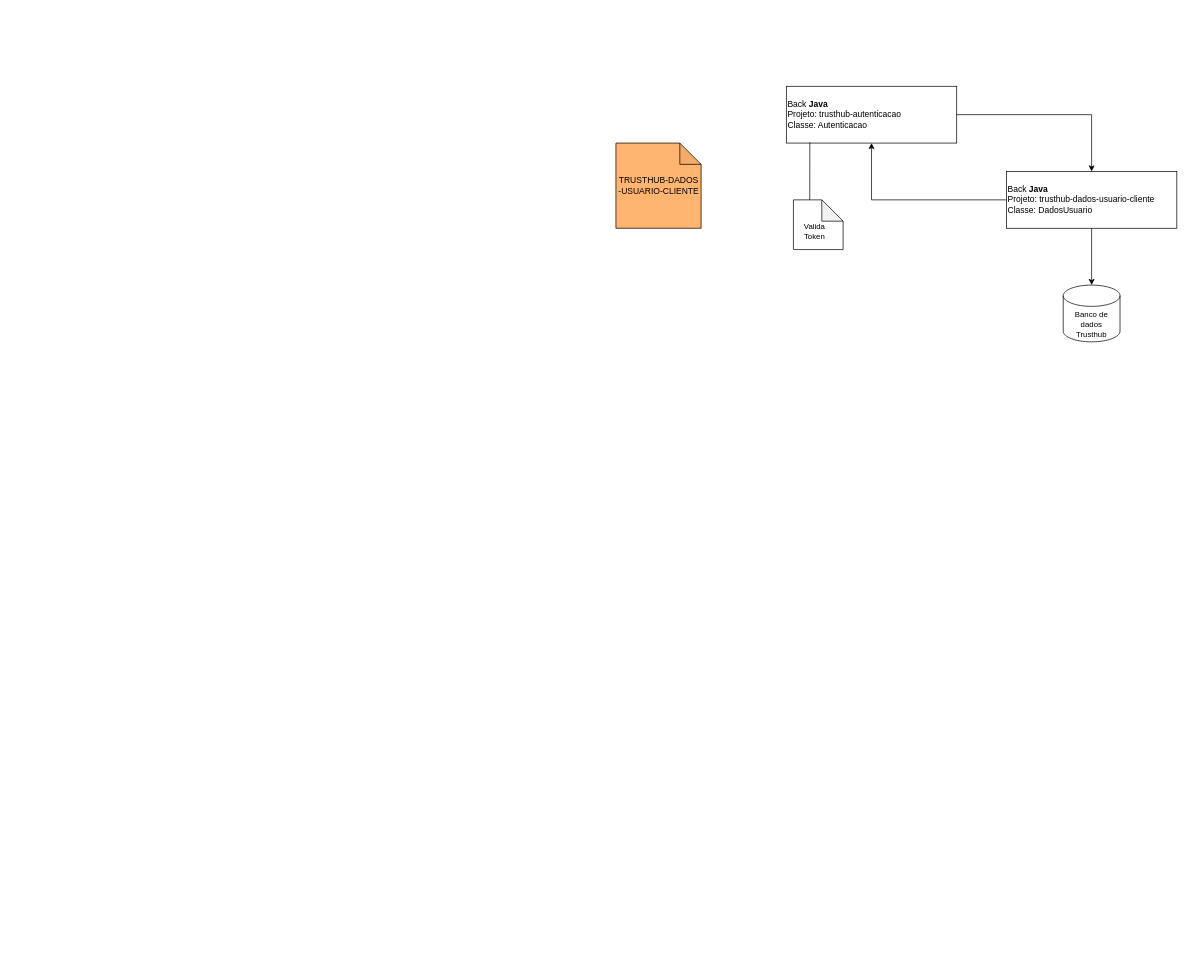
This is cruz-vita-baralho/Diagrama sem nome.drawio from Leeflorencio/cruzvita-projetos, a draw.io file, before an edit. Source tidied: cells renumbered, new cells numbered last; positions are measured from the earlier drawing's top-left corner, leaving out a move shared by most shapes. Both pictures are drawn from the tidied source at 71%, with x=0, y=0 at pixel (608, 86).
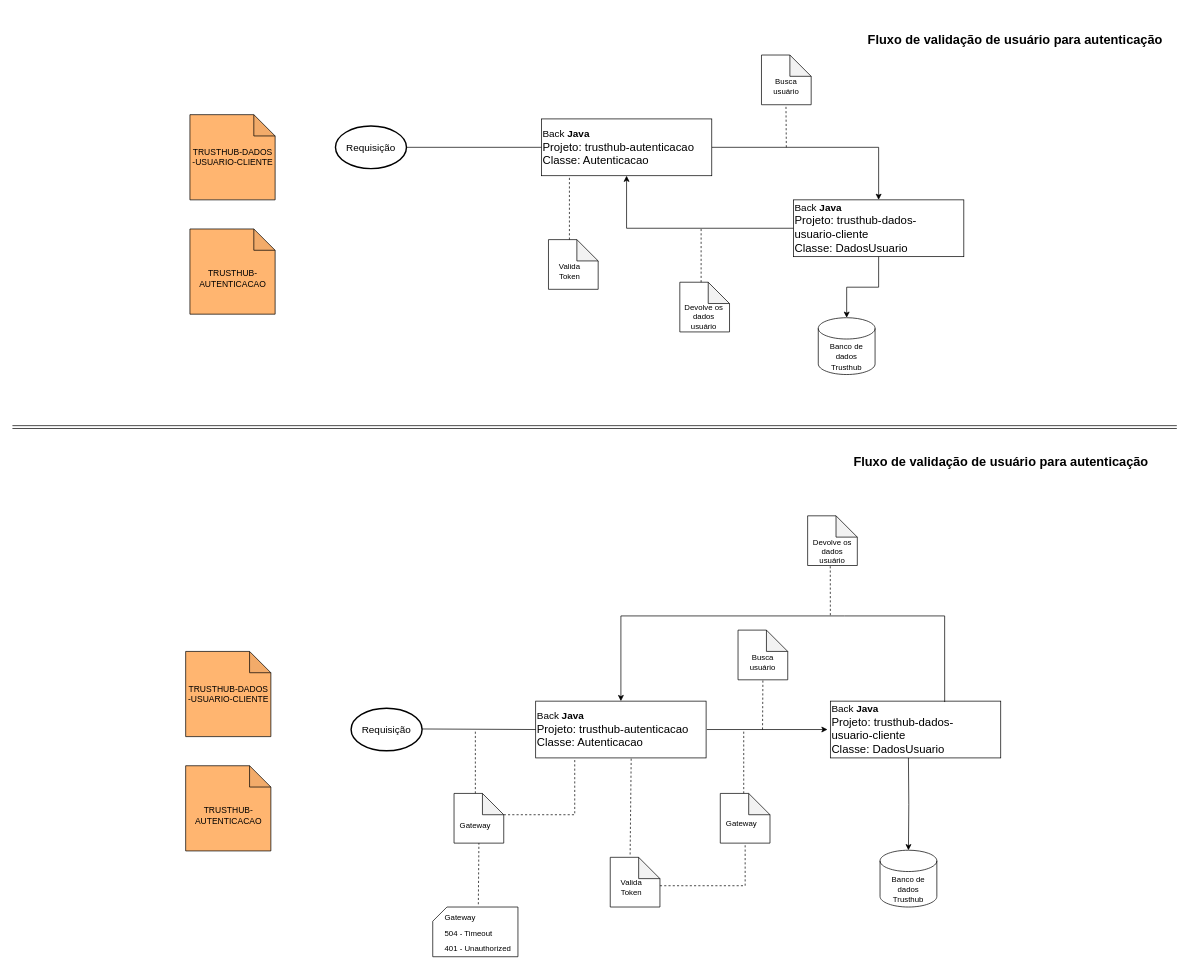
The same page after the edit.

Diff of the diagram source:
```diff
@@
     <mxCell id="2" style="shape=note;whiteSpace=wrap;html=1;backgroundOutline=1;darkOpacity=0.05;fillColor=#FFB570;" parent="1" vertex="1">
-      <mxGeometry x="10" y="80" width="120" height="120" as="geometry" />
+      <mxGeometry x="-590" y="40" width="120" height="120" as="geometry" />
     </mxCell>
     <mxCell id="3" value="TRUSTHUB-DADOS&lt;br&gt;-USUARIO-CLIENTE" style="text;html=1;align=center;verticalAlign=middle;fillColor=none;strokeColor=none;rounded=0;" parent="1" vertex="1">
-      <mxGeometry y="120" width="140" height="40" as="geometry" />
+      <mxGeometry x="-600" y="80" width="140" height="40" as="geometry" />
     </mxCell>
@@
     <mxCell id="5" style="rounded=0;whiteSpace=wrap;html=1;fillColor=#FFFFFF;" parent="1" vertex="1">
-      <mxGeometry x="250" width="240" height="80" as="geometry" />
+      <mxGeometry x="-95" y="46" width="240" height="80" as="geometry" />
     </mxCell>
-    <mxCell id="6" value="&lt;div style=&quot;&quot;&gt;&lt;span style=&quot;background-color: initial;&quot;&gt;Back &lt;b&gt;Java&lt;/b&gt;&lt;/span&gt;&lt;/div&gt;&lt;div style=&quot;&quot;&gt;&lt;span style=&quot;background-color: initial;&quot;&gt;Projeto: trusthub-autenticacao&lt;/span&gt;&lt;/div&gt;&lt;div style=&quot;&quot;&gt;&lt;span style=&quot;background-color: initial;&quot;&gt;Classe: Autenticacao&lt;/span&gt;&lt;/div&gt;" style="text;html=1;strokeColor=none;fillColor=none;align=left;verticalAlign=middle;whiteSpace=wrap;rounded=0;" parent="1" vertex="1">
-      <mxGeometry x="250" y="10" width="218" height="60" as="geometry" />
+    <mxCell id="6" value="&lt;div style=&quot;&quot;&gt;&lt;span style=&quot;background-color: initial;&quot;&gt;&lt;font style=&quot;font-size: 14px;&quot;&gt;Back &lt;b&gt;Java&lt;/b&gt;&lt;/font&gt;&lt;/span&gt;&lt;/div&gt;&lt;div style=&quot;&quot;&gt;&lt;span style=&quot;background-color: initial;&quot;&gt;&lt;font size=&quot;3&quot;&gt;Projeto: trusthub-autenticacao&lt;/font&gt;&lt;/span&gt;&lt;/div&gt;&lt;div style=&quot;&quot;&gt;&lt;span style=&quot;background-color: initial;&quot;&gt;&lt;font size=&quot;3&quot;&gt;Classe: Autenticacao&lt;/font&gt;&lt;/span&gt;&lt;/div&gt;" style="text;html=1;strokeColor=none;fillColor=none;align=left;verticalAlign=middle;whiteSpace=wrap;rounded=0;" parent="1" vertex="1">
+      <mxGeometry x="-95" y="56" width="218" height="60" as="geometry" />
     </mxCell>
     <mxCell id="7" style="shape=cylinder3;whiteSpace=wrap;html=1;boundedLbl=1;backgroundOutline=1;size=15;fillColor=#FFFFFF;" parent="1" vertex="1">
-      <mxGeometry x="640" y="280" width="80" height="80" as="geometry" />
+      <mxGeometry x="295" y="326" width="80" height="80" as="geometry" />
     </mxCell>
     <mxCell id="8" value="&lt;font style=&quot;font-size: 11px;&quot;&gt;Banco de dados&lt;br&gt;Trusthub&lt;/font&gt;" style="text;html=1;strokeColor=none;fillColor=none;align=center;verticalAlign=middle;whiteSpace=wrap;rounded=0;" parent="1" vertex="1">
-      <mxGeometry x="645" y="310" width="70" height="50" as="geometry" />
+      <mxGeometry x="300" y="356" width="70" height="50" as="geometry" />
     </mxCell>
     <mxCell id="9" style="group;" parent="1" vertex="1">
-      <mxGeometry x="560" y="120" width="240" height="80" as="geometry" />
+      <mxGeometry x="260" y="160" width="240" height="80" as="geometry" />
     </mxCell>
@@
-    <mxCell id="11" value="&lt;div style=&quot;&quot;&gt;&lt;span style=&quot;background-color: initial;&quot;&gt;Back &lt;b&gt;Java&lt;/b&gt;&lt;/span&gt;&lt;/div&gt;&lt;div style=&quot;&quot;&gt;&lt;span style=&quot;background-color: initial;&quot;&gt;Projeto: trusthub-dados-usuario-cliente&lt;/span&gt;&lt;/div&gt;&lt;div style=&quot;&quot;&gt;&lt;span style=&quot;background-color: initial;&quot;&gt;Classe: DadosUsuario&lt;/span&gt;&lt;/div&gt;" style="text;html=1;strokeColor=none;fillColor=none;align=left;verticalAlign=middle;whiteSpace=wrap;rounded=0;" parent="9" vertex="1">
-      <mxGeometry y="10" width="218" height="60" as="geometry" />
+    <mxCell id="11" value="&lt;div style=&quot;&quot;&gt;&lt;span style=&quot;background-color: initial;&quot;&gt;&lt;font style=&quot;font-size: 14px;&quot;&gt;Back &lt;b&gt;Java&lt;/b&gt;&lt;/font&gt;&lt;/span&gt;&lt;/div&gt;&lt;div style=&quot;&quot;&gt;&lt;span style=&quot;background-color: initial;&quot;&gt;&lt;font size=&quot;3&quot;&gt;Projeto: trusthub-dados-usuario-cliente&lt;/font&gt;&lt;/span&gt;&lt;/div&gt;&lt;div style=&quot;&quot;&gt;&lt;span style=&quot;background-color: initial;&quot;&gt;&lt;font size=&quot;3&quot;&gt;Classe: DadosUsuario&lt;/font&gt;&lt;/span&gt;&lt;/div&gt;" style="text;html=1;strokeColor=none;fillColor=none;align=left;verticalAlign=middle;whiteSpace=wrap;rounded=0;" parent="9" vertex="1">
+      <mxGeometry y="10" width="230" height="60" as="geometry" />
     </mxCell>
@@
     <mxCell id="14" style="shape=note;whiteSpace=wrap;html=1;backgroundOutline=1;darkOpacity=0.05;fontSize=11;fillColor=#FFFFFF;" parent="1" vertex="1">
-      <mxGeometry x="260" y="160" width="70" height="70" as="geometry" />
+      <mxGeometry x="-85" y="216" width="70" height="70" as="geometry" />
     </mxCell>
     <mxCell id="15" value="Valida Token" style="text;html=1;strokeColor=none;fillColor=none;align=center;verticalAlign=middle;whiteSpace=wrap;rounded=0;fontSize=11;" parent="1" vertex="1">
-      <mxGeometry x="260" y="190" width="60" height="30" as="geometry" />
+      <mxGeometry x="-85" y="246" width="60" height="30" as="geometry" />
     </mxCell>
-    <mxCell id="16" style="endArrow=none;html=1;rounded=0;fontSize=11;entryX=0.138;entryY=0.99;entryDx=0;entryDy=0;entryPerimeter=0;fillColor=#999999;" parent="1" edge="1" target="5">
-      <mxGeometry relative="1" as="geometry">
-        <mxPoint x="283" y="160" as="sourcePoint" />
-      </mxGeometry>
-    </mxCell>
+    <mxCell id="17" style="endArrow=none;html=1;rounded=0;fontSize=14;fillColor=#999999;entryX=0;entryY=0.5;entryDx=0;entryDy=0;" parent="1" edge="1" target="5">
+      <mxGeometry relative="1" as="geometry">
+        <mxPoint x="-285" y="86" as="sourcePoint" />
+      </mxGeometry>
+    </mxCell>
+    <mxCell id="18" style="shape=note;whiteSpace=wrap;html=1;backgroundOutline=1;darkOpacity=0.05;fontSize=11;fillColor=#FFFFFF;" parent="1" vertex="1">
+      <mxGeometry x="215" y="-44" width="70" height="70" as="geometry" />
+    </mxCell>
+    <mxCell id="19" value="Busca usuário" style="text;html=1;strokeColor=none;fillColor=none;align=center;verticalAlign=middle;whiteSpace=wrap;rounded=0;fontSize=11;" parent="1" vertex="1">
+      <mxGeometry x="220" y="-14" width="60" height="30" as="geometry" />
+    </mxCell>
+    <mxCell id="20" style="endArrow=none;dashed=1;html=1;rounded=0;fontSize=14;fillColor=#999999;" parent="1" edge="1">
+      <mxGeometry relative="1" as="geometry">
+        <mxPoint x="-55.5" y="216" as="sourcePoint" />
+        <mxPoint x="-55.5" y="126" as="targetPoint" />
+      </mxGeometry>
+    </mxCell>
+    <mxCell id="21" style="endArrow=none;dashed=1;html=1;rounded=0;fontSize=14;fillColor=#999999;" parent="1" edge="1">
+      <mxGeometry relative="1" as="geometry">
+        <mxPoint x="250" y="86" as="sourcePoint" />
+        <mxPoint x="249.5" y="26" as="targetPoint" />
+      </mxGeometry>
+    </mxCell>
+    <mxCell id="22" style="shape=note;whiteSpace=wrap;html=1;backgroundOutline=1;darkOpacity=0.05;fillColor=#FFB570;" parent="1" vertex="1">
+      <mxGeometry x="-590" y="201" width="120" height="120" as="geometry" />
+    </mxCell>
+    <mxCell id="23" value="TRUSTHUB-&lt;br&gt;AUTENTICACAO" style="text;html=1;align=center;verticalAlign=middle;fillColor=none;strokeColor=none;rounded=0;" parent="1" vertex="1">
+      <mxGeometry x="-590" y="251" width="120" height="40" as="geometry" />
+    </mxCell>
+    <mxCell id="24" style="shape=link;html=1;rounded=0;fontSize=14;fillColor=#999999;" parent="1" edge="1">
+      <mxGeometry relative="1" as="geometry">
+        <mxPoint x="-840" y="480" as="sourcePoint" />
+        <mxPoint x="800" y="480" as="targetPoint" />
+      </mxGeometry>
+    </mxCell>
+    <mxCell id="25" value="&lt;h1&gt;&lt;font style=&quot;font-size: 18px;&quot;&gt;Fluxo de validação de usuário para autenticação&lt;/font&gt;&lt;/h1&gt;" style="text;html=1;strokeColor=none;fillColor=none;spacing=5;spacingTop=-20;whiteSpace=wrap;overflow=hidden;rounded=0;fontSize=14;" parent="1" vertex="1">
+      <mxGeometry x="360" y="-94" width="430" height="50" as="geometry" />
+    </mxCell>
+    <mxCell id="26" style="shape=note;whiteSpace=wrap;html=1;backgroundOutline=1;darkOpacity=0.05;fontSize=11;fillColor=#FFFFFF;" parent="1" vertex="1">
+      <mxGeometry x="100" y="276" width="70" height="70" as="geometry" />
+    </mxCell>
+    <mxCell id="27" style="endArrow=none;dashed=1;html=1;rounded=0;fontSize=14;fillColor=#999999;" parent="1" edge="1">
+      <mxGeometry relative="1" as="geometry">
+        <mxPoint x="130" y="276" as="sourcePoint" />
+        <mxPoint x="130" y="200" as="targetPoint" />
+      </mxGeometry>
+    </mxCell>
+    <mxCell id="28" style="rounded=0;whiteSpace=wrap;html=1;fillColor=#FFFFFF;" parent="1" vertex="1">
+      <mxGeometry x="-103" y="866" width="240" height="80" as="geometry" />
+    </mxCell>
+    <mxCell id="29" value="&lt;div style=&quot;&quot;&gt;&lt;span style=&quot;background-color: initial;&quot;&gt;&lt;font style=&quot;font-size: 14px;&quot;&gt;Back &lt;b&gt;Java&lt;/b&gt;&lt;/font&gt;&lt;/span&gt;&lt;/div&gt;&lt;div style=&quot;&quot;&gt;&lt;span style=&quot;background-color: initial;&quot;&gt;&lt;font size=&quot;3&quot;&gt;Projeto: trusthub-autenticacao&lt;/font&gt;&lt;/span&gt;&lt;/div&gt;&lt;div style=&quot;&quot;&gt;&lt;span style=&quot;background-color: initial;&quot;&gt;&lt;font size=&quot;3&quot;&gt;Classe: Autenticacao&lt;/font&gt;&lt;/span&gt;&lt;/div&gt;" style="text;html=1;strokeColor=none;fillColor=none;align=left;verticalAlign=middle;whiteSpace=wrap;rounded=0;" parent="1" vertex="1">
+      <mxGeometry x="-103" y="876" width="218" height="60" as="geometry" />
+    </mxCell>
+    <mxCell id="30" style="endArrow=none;html=1;rounded=0;fontSize=14;fillColor=#999999;entryX=0;entryY=0.5;entryDx=0;entryDy=0;" parent="1" edge="1" target="28">
+      <mxGeometry relative="1" as="geometry">
+        <mxPoint x="-268" y="905.2" as="sourcePoint" />
+      </mxGeometry>
+    </mxCell>
+    <mxCell id="31" style="endArrow=none;dashed=1;html=1;rounded=0;fontSize=14;fillColor=#999999;" parent="1" edge="1">
+      <mxGeometry relative="1" as="geometry">
+        <mxPoint x="-188" y="996" as="sourcePoint" />
+        <mxPoint x="-188" y="906" as="targetPoint" />
+      </mxGeometry>
+    </mxCell>
+    <mxCell id="32" style="strokeWidth=2;html=1;shape=mxgraph.flowchart.start_1;whiteSpace=wrap;fontSize=18;fillColor=#FFFFFF;" parent="1" vertex="1">
+      <mxGeometry x="-363" y="876" width="100" height="60" as="geometry" />
+    </mxCell>
+    <mxCell id="33" value="&lt;font style=&quot;font-size: 14px;&quot;&gt;Requisição&lt;/font&gt;" style="text;html=1;strokeColor=none;fillColor=none;align=center;verticalAlign=middle;whiteSpace=wrap;rounded=0;fontSize=18;" parent="1" vertex="1">
+      <mxGeometry x="-363" y="891" width="100" height="30" as="geometry" />
+    </mxCell>
+    <mxCell id="34" style="shape=note;whiteSpace=wrap;html=1;backgroundOutline=1;darkOpacity=0.05;fontSize=11;fillColor=#FFFFFF;" parent="1" vertex="1">
+      <mxGeometry x="-218" y="996" width="70" height="70" as="geometry" />
+    </mxCell>
+    <mxCell id="35" value="Gateway" style="text;html=1;strokeColor=none;fillColor=none;align=center;verticalAlign=middle;whiteSpace=wrap;rounded=0;fontSize=11;" parent="1" vertex="1">
+      <mxGeometry x="-218" y="1026" width="60" height="30" as="geometry" />
+    </mxCell>
+    <mxCell id="36" style="endArrow=none;dashed=1;html=1;rounded=0;fontSize=18;fillColor=#999999;exitX=0;exitY=0;exitDx=70;exitDy=30;exitPerimeter=0;" parent="1" edge="1" source="34">
+      <mxGeometry relative="1" as="geometry">
+        <mxPoint x="-48" y="946" as="targetPoint" />
+        <Array as="points">
+          <mxPoint x="-48" y="1026" />
+        </Array>
+      </mxGeometry>
+    </mxCell>
+    <mxCell id="37" style="shape=note;whiteSpace=wrap;html=1;backgroundOutline=1;darkOpacity=0.05;fontSize=11;fillColor=#FFFFFF;" parent="1" vertex="1">
+      <mxGeometry x="2" y="1086" width="70" height="70" as="geometry" />
+    </mxCell>
+    <mxCell id="38" value="Valida Token" style="text;html=1;strokeColor=none;fillColor=none;align=center;verticalAlign=middle;whiteSpace=wrap;rounded=0;fontSize=11;" parent="1" vertex="1">
+      <mxGeometry x="2" y="1106" width="60" height="44" as="geometry" />
+    </mxCell>
+    <mxCell id="39" style="endArrow=none;dashed=1;html=1;rounded=0;fontSize=14;fillColor=#999999;exitX=0.4;exitY=-0.057;exitDx=0;exitDy=0;exitPerimeter=0;" parent="1" edge="1" source="37">
+      <mxGeometry relative="1" as="geometry">
+        <mxPoint x="31.5" y="946" as="targetPoint" />
+      </mxGeometry>
+    </mxCell>
+    <mxCell id="40" style="group;" parent="1" vertex="1">
+      <mxGeometry x="312" y="866" width="240" height="80" as="geometry" />
+    </mxCell>
+    <mxCell id="41" style="rounded=0;whiteSpace=wrap;html=1;fillColor=#FFFFFF;" parent="40" vertex="1">
+      <mxGeometry width="240" height="80" as="geometry" />
+    </mxCell>
+    <mxCell id="42" value="&lt;div style=&quot;&quot;&gt;&lt;span style=&quot;background-color: initial;&quot;&gt;&lt;font style=&quot;font-size: 14px;&quot;&gt;Back &lt;b&gt;Java&lt;/b&gt;&lt;/font&gt;&lt;/span&gt;&lt;/div&gt;&lt;div style=&quot;&quot;&gt;&lt;span style=&quot;background-color: initial;&quot;&gt;&lt;font size=&quot;3&quot;&gt;Projeto: trusthub-dados-usuario-cliente&lt;/font&gt;&lt;/span&gt;&lt;/div&gt;&lt;div style=&quot;&quot;&gt;&lt;span style=&quot;background-color: initial;&quot;&gt;&lt;font size=&quot;3&quot;&gt;Classe: DadosUsuario&lt;/font&gt;&lt;/span&gt;&lt;/div&gt;" style="text;html=1;strokeColor=none;fillColor=none;align=left;verticalAlign=middle;whiteSpace=wrap;rounded=0;" parent="40" vertex="1">
+      <mxGeometry y="10" width="218" height="60" as="geometry" />
+    </mxCell>
+    <mxCell id="43" style="endArrow=classic;html=1;rounded=0;fontSize=18;fillColor=#999999;entryX=0;entryY=0.5;entryDx=0;entryDy=0;" parent="1" edge="1">
+      <mxGeometry relative="1" as="geometry">
+        <mxPoint x="138" y="906" as="sourcePoint" />
+        <mxPoint x="308" y="906" as="targetPoint" />
+        <Array as="points">
+          <mxPoint x="258" y="906" />
+        </Array>
+      </mxGeometry>
+    </mxCell>
+    <mxCell id="44" style="shape=note;whiteSpace=wrap;html=1;backgroundOutline=1;darkOpacity=0.05;fontSize=11;fillColor=#FFFFFF;" parent="1" vertex="1">
+      <mxGeometry x="182" y="766" width="70" height="70" as="geometry" />
+    </mxCell>
+    <mxCell id="45" value="Busca usuário" style="text;html=1;strokeColor=none;fillColor=none;align=center;verticalAlign=middle;whiteSpace=wrap;rounded=0;fontSize=11;" parent="1" vertex="1">
+      <mxGeometry x="187" y="796" width="60" height="30" as="geometry" />
+    </mxCell>
+    <mxCell id="46" style="endArrow=none;dashed=1;html=1;rounded=0;fontSize=14;fillColor=#999999;" parent="1" edge="1">
+      <mxGeometry relative="1" as="geometry">
+        <mxPoint x="216.5" y="906" as="sourcePoint" />
+        <mxPoint x="217" y="836" as="targetPoint" />
+      </mxGeometry>
+    </mxCell>
+    <mxCell id="47" style="endArrow=none;dashed=1;html=1;rounded=0;fontSize=14;fillColor=#999999;" parent="1" edge="1">
+      <mxGeometry relative="1" as="geometry">
+        <mxPoint x="190" y="996" as="sourcePoint" />
+        <mxPoint x="190" y="906" as="targetPoint" />
+      </mxGeometry>
+    </mxCell>
+    <mxCell id="48" style="shape=note;whiteSpace=wrap;html=1;backgroundOutline=1;darkOpacity=0.05;fontSize=11;fillColor=#FFFFFF;" parent="1" vertex="1">
+      <mxGeometry x="157" y="996" width="70" height="70" as="geometry" />
+    </mxCell>
+    <mxCell id="49" value="Gateway" style="text;html=1;strokeColor=none;fillColor=none;align=center;verticalAlign=middle;whiteSpace=wrap;rounded=0;fontSize=11;" parent="1" vertex="1">
+      <mxGeometry x="157" y="1016" width="60" height="44" as="geometry" />
+    </mxCell>
+    <mxCell id="50" style="endArrow=none;dashed=1;html=1;rounded=0;fontSize=18;fillColor=#999999;entryX=0.5;entryY=1;entryDx=0;entryDy=0;entryPerimeter=0;" parent="1" edge="1" target="48">
+      <mxGeometry relative="1" as="geometry">
+        <mxPoint x="72" y="1126" as="sourcePoint" />
+        <Array as="points">
+          <mxPoint x="192" y="1126" />
+        </Array>
+      </mxGeometry>
+    </mxCell>
+    <mxCell id="51" style="shape=cylinder3;whiteSpace=wrap;html=1;boundedLbl=1;backgroundOutline=1;size=15;fillColor=#FFFFFF;" parent="1" vertex="1">
+      <mxGeometry x="382" y="1076" width="80" height="80" as="geometry" />
+    </mxCell>
+    <mxCell id="52" value="&lt;font style=&quot;font-size: 11px;&quot;&gt;Banco de dados&lt;br&gt;Trusthub&lt;/font&gt;" style="text;html=1;strokeColor=none;fillColor=none;align=center;verticalAlign=middle;whiteSpace=wrap;rounded=0;" parent="1" vertex="1">
+      <mxGeometry x="387" y="1106" width="70" height="50" as="geometry" />
+    </mxCell>
+    <mxCell id="53" style="edgeStyle=orthogonalEdgeStyle;rounded=0;jettySize=auto;html=1;entryX=0.5;entryY=0;entryDx=0;entryDy=0;entryPerimeter=0;fontSize=18;fillColor=#999999;" parent="1" edge="1" target="51">
+      <mxGeometry relative="1" as="geometry">
+        <mxPoint x="422" y="946" as="sourcePoint" />
+      </mxGeometry>
+    </mxCell>
+    <mxCell id="54" style="endArrow=classic;html=1;rounded=0;fontSize=18;fillColor=#999999;exitX=0.671;exitY=0.016;exitDx=0;exitDy=0;entryX=0.5;entryY=0;entryDx=0;entryDy=0;exitPerimeter=0;" parent="1" edge="1" source="41" target="28">
+      <mxGeometry relative="1" as="geometry">
+        <Array as="points">
+          <mxPoint x="473" y="746" />
+          <mxPoint x="332" y="746" />
+          <mxPoint x="17" y="746" />
+        </Array>
+      </mxGeometry>
+    </mxCell>
+    <mxCell id="55" style="shape=note;whiteSpace=wrap;html=1;backgroundOutline=1;darkOpacity=0.05;fontSize=11;fillColor=#FFFFFF;" parent="1" vertex="1">
+      <mxGeometry x="280" y="605" width="70" height="70" as="geometry" />
+    </mxCell>
+    <mxCell id="56" style="endArrow=none;dashed=1;html=1;rounded=0;fontSize=14;fillColor=#999999;" parent="1" edge="1">
+      <mxGeometry relative="1" as="geometry">
+        <mxPoint x="312" y="745" as="sourcePoint" />
+        <mxPoint x="311.9" y="675" as="targetPoint" />
+      </mxGeometry>
+    </mxCell>
+    <mxCell id="57" style="verticalLabelPosition=bottom;verticalAlign=top;html=1;shape=card;whiteSpace=wrap;size=20;arcSize=12;fontSize=18;fillColor=#FFFFFF;" parent="1" vertex="1">
+      <mxGeometry x="-248" y="1156" width="120" height="70" as="geometry" />
+    </mxCell>
+    <mxCell id="58" value="&lt;font style=&quot;&quot;&gt;&lt;font style=&quot;font-size: 11px;&quot;&gt;Gateway&lt;br&gt;&lt;/font&gt;&lt;font style=&quot;font-size: 11px;&quot;&gt;504 - Timeout&lt;br&gt;&lt;/font&gt;&lt;font style=&quot;font-size: 11px;&quot;&gt;401 - Unauthorized&lt;/font&gt;&lt;br&gt;&lt;/font&gt;" style="text;html=1;strokeColor=none;fillColor=none;align=left;verticalAlign=middle;whiteSpace=wrap;rounded=0;fontSize=18;" parent="1" vertex="1">
+      <mxGeometry x="-233" y="1156" width="115" height="69" as="geometry" />
+    </mxCell>
+    <mxCell id="59" value="Devolve os dados usuário" style="text;html=1;strokeColor=none;fillColor=none;align=center;verticalAlign=middle;whiteSpace=wrap;rounded=0;fontSize=11;" parent="1" vertex="1">
+      <mxGeometry x="104" y="300" width="60" height="50" as="geometry" />
+    </mxCell>
+    <mxCell id="60" style="endArrow=none;dashed=1;html=1;rounded=0;fontSize=11;fillColor=#999999;exitX=0.428;exitY=-0.056;exitDx=0;exitDy=0;exitPerimeter=0;" parent="1" edge="1" source="58">
+      <mxGeometry relative="1" as="geometry">
+        <mxPoint x="-183" y="1066" as="targetPoint" />
+      </mxGeometry>
+    </mxCell>
+    <mxCell id="61" style="strokeWidth=2;html=1;shape=mxgraph.flowchart.start_1;whiteSpace=wrap;fontSize=18;fillColor=#FFFFFF;" parent="1" vertex="1">
+      <mxGeometry x="-385" y="56" width="100" height="60" as="geometry" />
+    </mxCell>
+    <mxCell id="62" value="&lt;font style=&quot;font-size: 14px;&quot;&gt;Requisição&lt;/font&gt;" style="text;html=1;strokeColor=none;fillColor=none;align=center;verticalAlign=middle;whiteSpace=wrap;rounded=0;fontSize=18;" parent="1" vertex="1">
+      <mxGeometry x="-385" y="71" width="100" height="30" as="geometry" />
+    </mxCell>
+    <mxCell id="63" value="&lt;h1&gt;&lt;font style=&quot;font-size: 18px;&quot;&gt;Fluxo de validação de usuário para autenticação&lt;/font&gt;&lt;/h1&gt;" style="text;html=1;strokeColor=none;fillColor=none;spacing=5;spacingTop=-20;whiteSpace=wrap;overflow=hidden;rounded=0;fontSize=14;" parent="1" vertex="1">
+      <mxGeometry x="340" y="500" width="430" height="50" as="geometry" />
+    </mxCell>
+    <mxCell id="64" style="shape=note;whiteSpace=wrap;html=1;backgroundOutline=1;darkOpacity=0.05;fillColor=#FFB570;" parent="1" vertex="1">
+      <mxGeometry x="-596" y="796" width="120" height="120" as="geometry" />
+    </mxCell>
+    <mxCell id="65" value="TRUSTHUB-DADOS&lt;br&gt;-USUARIO-CLIENTE" style="text;html=1;align=center;verticalAlign=middle;fillColor=none;strokeColor=none;rounded=0;" parent="1" vertex="1">
+      <mxGeometry x="-606" y="836" width="140" height="40" as="geometry" />
+    </mxCell>
+    <mxCell id="66" style="shape=note;whiteSpace=wrap;html=1;backgroundOutline=1;darkOpacity=0.05;fillColor=#FFB570;" parent="1" vertex="1">
+      <mxGeometry x="-596" y="957" width="120" height="120" as="geometry" />
+    </mxCell>
+    <mxCell id="67" value="TRUSTHUB-&lt;br&gt;AUTENTICACAO" style="text;html=1;align=center;verticalAlign=middle;fillColor=none;strokeColor=none;rounded=0;" parent="1" vertex="1">
+      <mxGeometry x="-596" y="1007" width="120" height="40" as="geometry" />
+    </mxCell>
+    <mxCell id="68" value="Devolve os dados usuário" style="text;html=1;strokeColor=none;fillColor=none;align=center;verticalAlign=middle;whiteSpace=wrap;rounded=0;fontSize=11;" parent="1" vertex="1">
+      <mxGeometry x="285" y="640" width="60" height="30" as="geometry" />
+    </mxCell>
```
